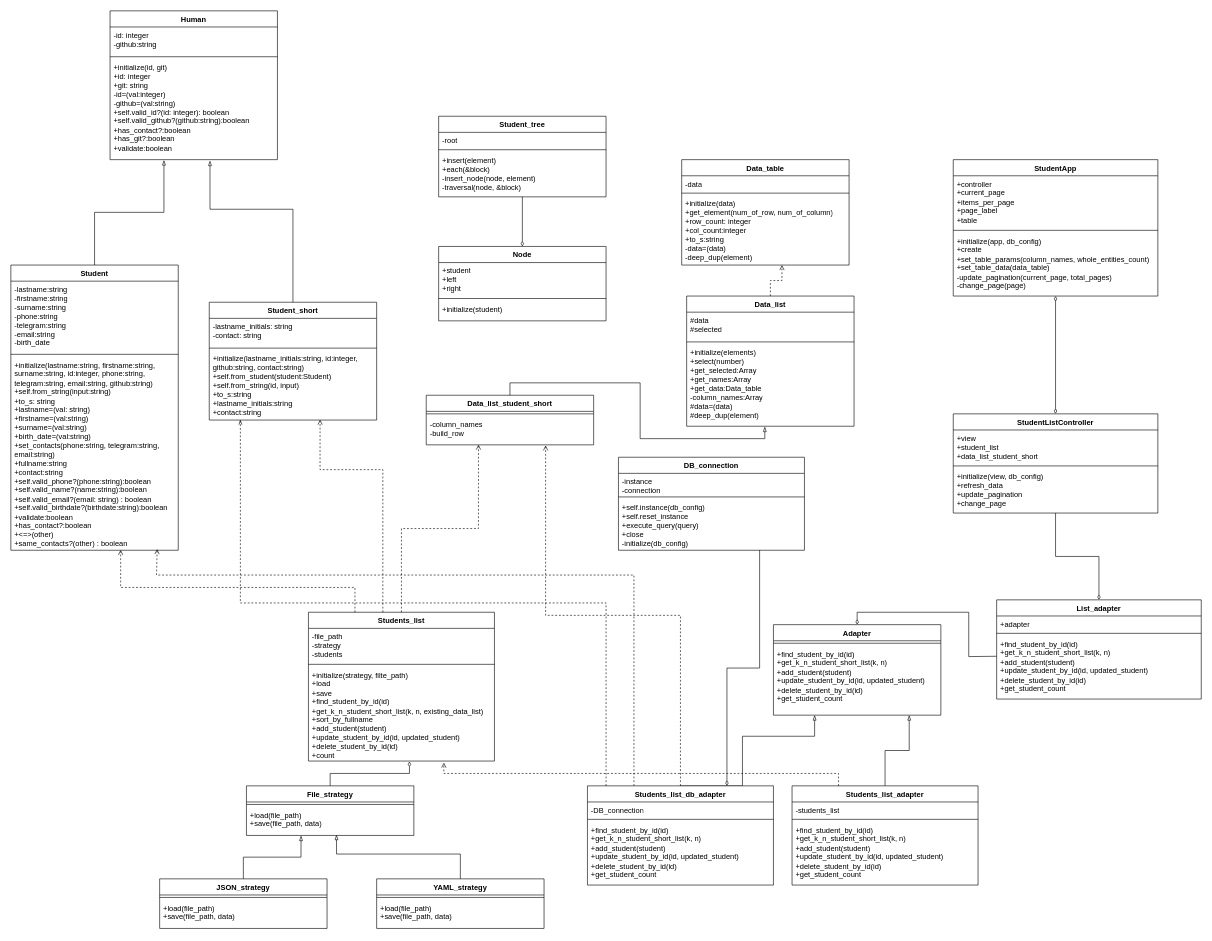
This is Students/Students.drawio from avtss/Patterns, a draw.io file, before an edit. Source tidied: cells renumbered, new cells numbered last; positions are measured from the earlier drawing's top-left corner, leaving out a move shared by most shapes. Both pictures are drawn from the tidied source at 62%, with x=0, y=0 at pixel (11, 11).
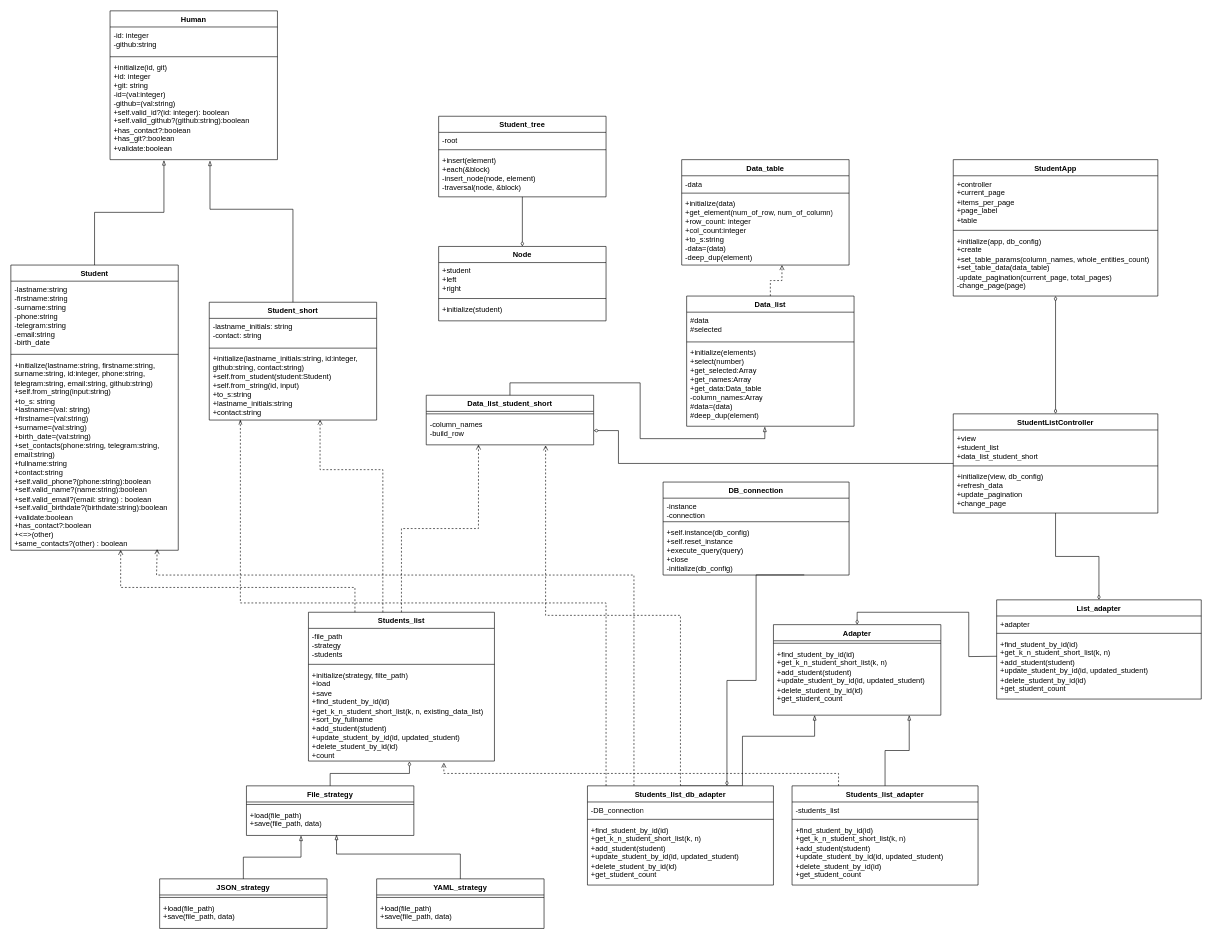
The same diagram, later.

Commit message (it also covers changes not shown here):
Lab5. updated class diagram

Unchanged cells that the change refers to:
```xml
<mxCell id="22" value="-column_names&lt;div&gt;-build_row&lt;/div&gt;" style="text;strokeColor=none;fillColor=none;align=left;verticalAlign=top;spacingLeft=4;spacingRight=4;overflow=hidden;points=[[0,0.5],[1,0.5]];portConstraint=eastwest;whiteSpace=wrap;html=1;" parent="20" vertex="1">
  <mxGeometry y="34" width="270" height="46" as="geometry" />
</mxCell>
<mxCell id="57" value="Students_list_db_adapter" style="swimlane;fontStyle=1;align=center;verticalAlign=top;horizontal=1;startSize=26;whiteSpace=wrap;html=1;" parent="1" vertex="1">
  <mxGeometry x="930" y="1250" width="300" height="160" as="geometry" />
</mxCell>
<mxCell id="77" value="+self.instance(db_config)&lt;div&gt;+self.reset_instance&lt;/div&gt;&lt;div&gt;+execute_query(query)&lt;/div&gt;&lt;div&gt;+close&lt;/div&gt;&lt;div&gt;-initialize(db_config)&lt;/div&gt;" style="text;strokeColor=none;fillColor=none;align=left;verticalAlign=top;spacingLeft=4;spacingRight=4;overflow=hidden;points=[[0,0.5],[1,0.5]];portConstraint=eastwest;whiteSpace=wrap;html=1;" parent="74" vertex="1">
  <mxGeometry y="68" width="300" height="82" as="geometry" />
</mxCell>
<mxCell id="85" value="StudentListController" style="swimlane;fontStyle=1;align=center;verticalAlign=top;horizontal=1;startSize=26;whiteSpace=wrap;html=1;" parent="1" vertex="1">
  <mxGeometry x="1520" y="650" width="330" height="160" as="geometry" />
</mxCell>
```

Change to the diagram source:
```diff
@@
     <mxCell id="74" value="DB_connection" style="swimlane;fontStyle=1;align=center;verticalAlign=top;horizontal=1;startSize=26;whiteSpace=wrap;html=1;" parent="1" vertex="1">
-      <mxGeometry x="980" y="720" width="300" height="150" as="geometry" />
+      <mxGeometry x="1052" y="760" width="300" height="150" as="geometry" />
     </mxCell>
@@
     <mxCell id="78" style="edgeStyle=orthogonalEdgeStyle;rounded=0;jettySize=auto;html=1;exitX=0.75;exitY=0;exitDx=0;exitDy=0;entryX=0.759;entryY=0.997;entryDx=0;entryDy=0;entryPerimeter=0;endArrow=none;endFill=0;startArrow=diamondThin;startFill=0;" parent="1" edge="1" source="57" target="77">
-      <mxGeometry relative="1" as="geometry" />
+      <mxGeometry relative="1" as="geometry">
+        <Array as="points">
+          <mxPoint x="1155" y="1080" />
+          <mxPoint x="1202" y="1080" />
+          <mxPoint x="1202" y="910" />
+        </Array>
+      </mxGeometry>
     </mxCell>
@@
+    <mxCell id="94" style="edgeStyle=orthogonalEdgeStyle;rounded=0;jettySize=auto;html=1;entryX=1;entryY=0.5;entryDx=0;entryDy=0;endArrow=diamondThin;endFill=0;" parent="1" edge="1" source="85" target="22">
+      <mxGeometry relative="1" as="geometry">
+        <Array as="points">
+          <mxPoint x="980" y="730" />
+          <mxPoint x="980" y="677" />
+        </Array>
+      </mxGeometry>
+    </mxCell>
```
